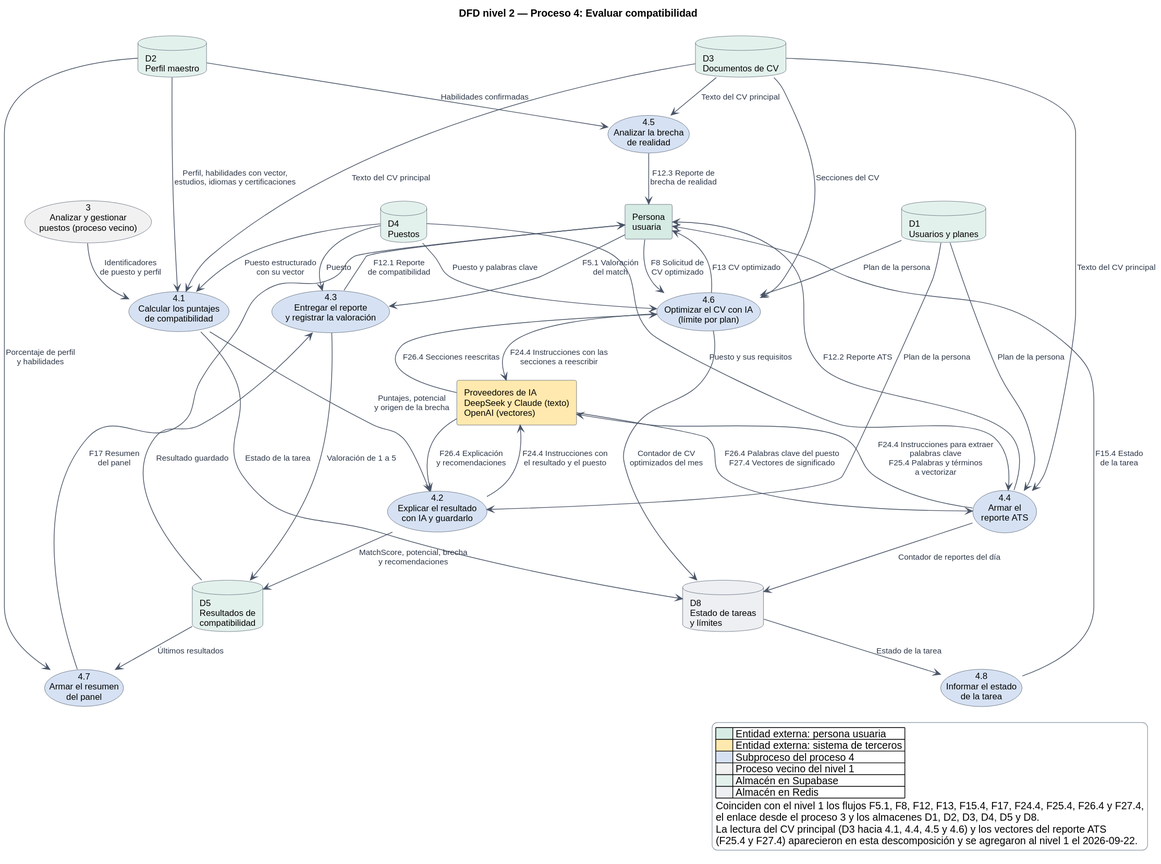
Before: docs/diagramas/dfd-nivel-2-proceso-4.svg, a diagram exported from PlantUML (Buatishi/Jobby).
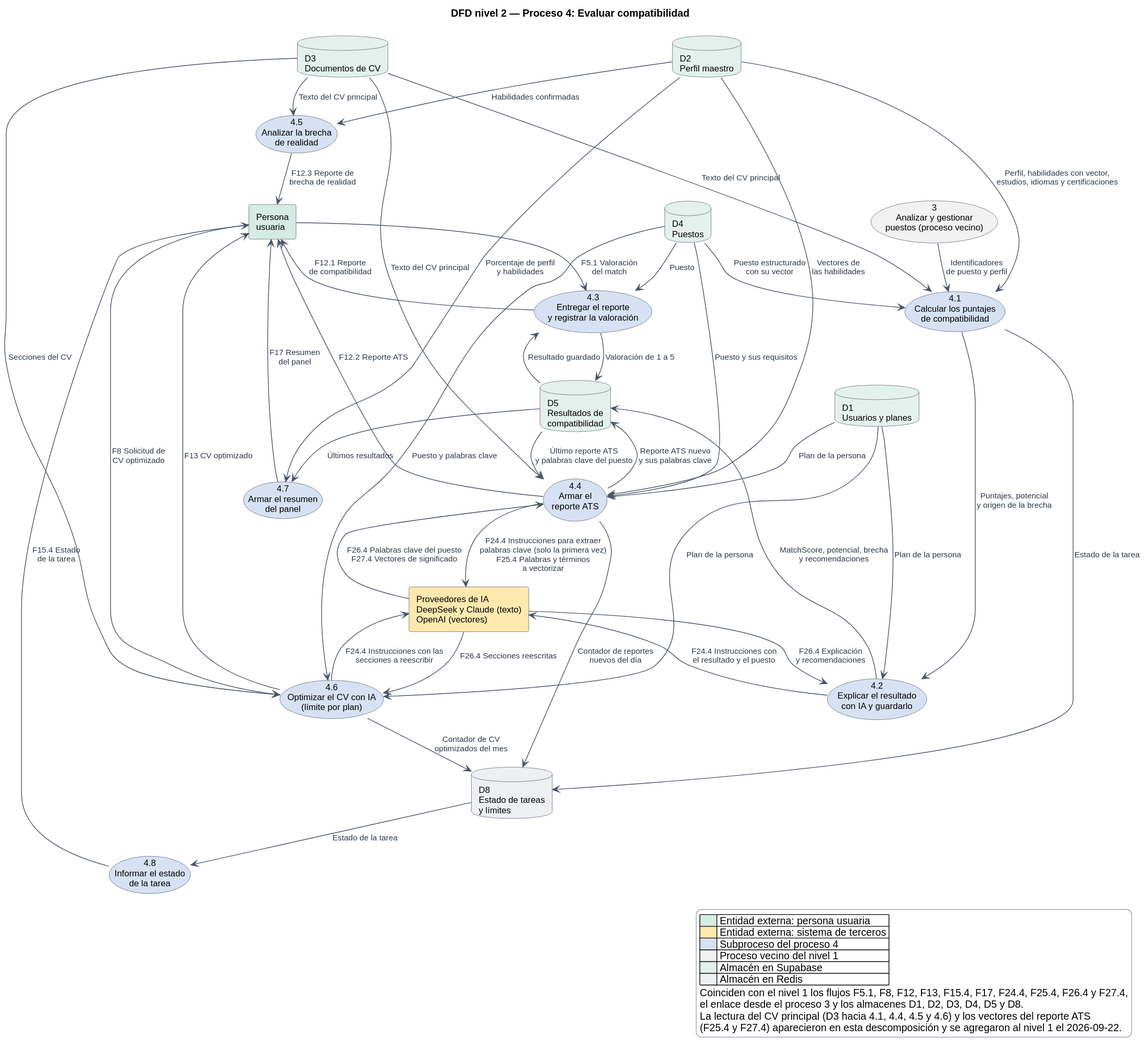
After the commit.

What changed in the source:
```diff
@@ -56,8 +56,11 @@
 D4 --> P44 : Puesto y sus requisitos
 D3 --> P44 : Texto del CV principal
 D1 --> P44 : Plan de la persona
-P44 --> D8 : Contador de reportes del día
-P44 --> IA : F24.4 Instrucciones para extraer\npalabras clave\nF25.4 Palabras y términos\na vectorizar
+D2 --> P44 : Vectores de\nlas habilidades
+D5 --> P44 : Último reporte ATS\ny palabras clave del puesto
+P44 --> D5 : Reporte ATS nuevo\ny sus palabras clave
+P44 --> D8 : Contador de reportes\nnuevos del día
+P44 --> IA : F24.4 Instrucciones para extraer\npalabras clave (solo la primera vez)\nF25.4 Palabras y términos\na vectorizar
 IA --> P44 : F26.4 Palabras clave del puesto\nF27.4 Vectores de significado
 P44 --> U : F12.2 Reporte ATS
 
```
